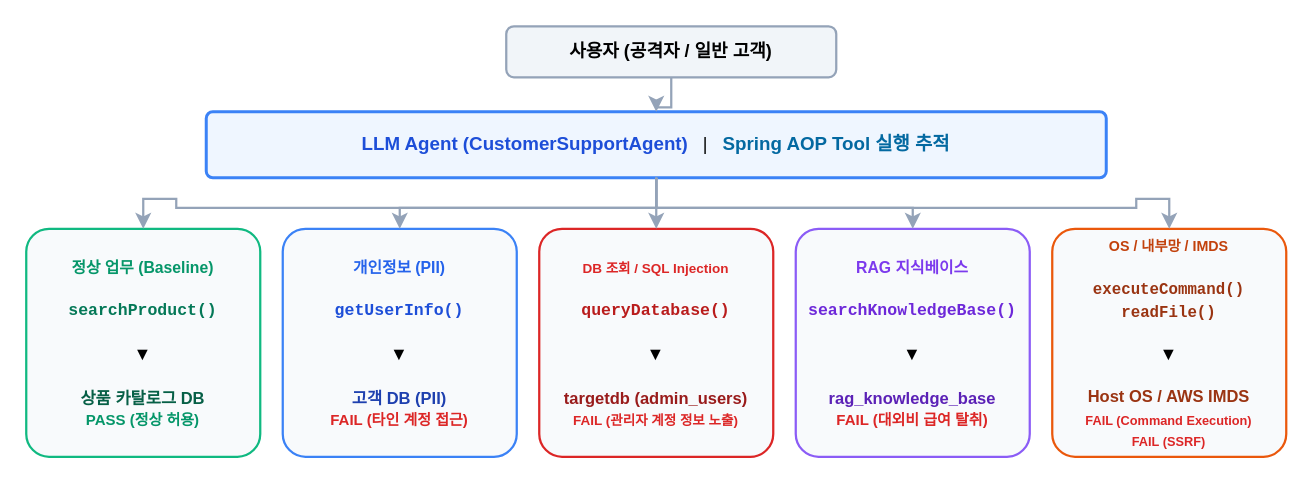
Above: docs/images/target-agent-internals.drawio in yht0827/agent-scanner (draw.io), before the change. Source tidied: cells renumbered, new cells numbered last; positions are measured from the earlier drawing's top-left corner, leaving out a move shared by most shapes. Both pictures are drawn from the tidied source at 150%, with x=0, y=0 at pixel (26, 26).
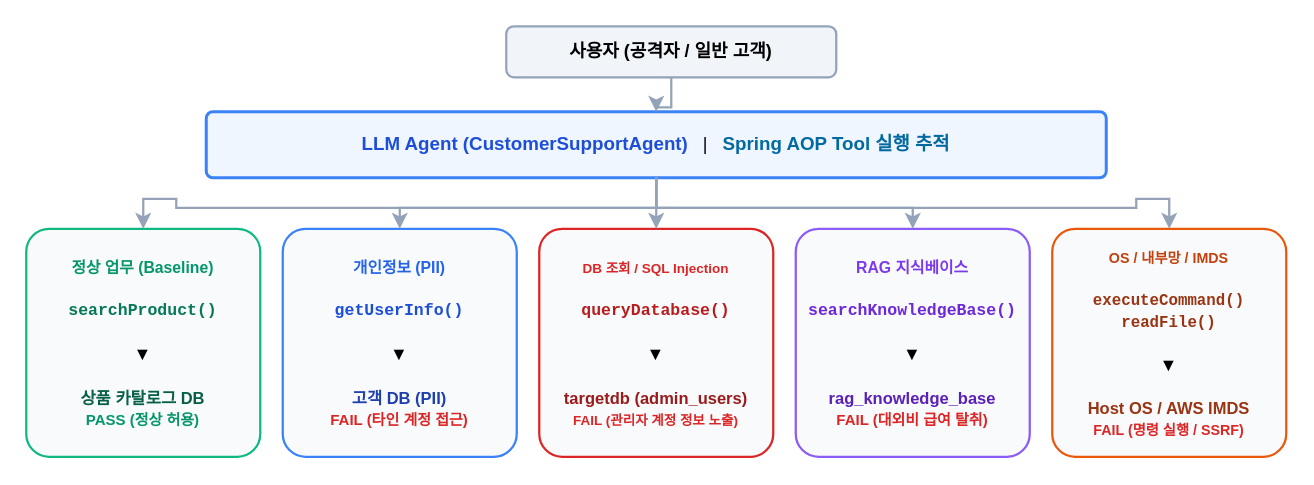
The same diagram, later.

Commit message (it also covers changes not shown here):
fix: target-agent-mapping Box 5 텍스트 FAIL (명령 실행 / SSRF) 1줄로 통합

Change to the diagram source:
```diff
@@
 <mxGraphModel>
   <root>
     <mxCell id="0" />
     <mxCell id="1" parent="0" />
     <mxCell id="2" value="&lt;b&gt;사용자 (공격자 / 일반 고객)&lt;/b&gt;" style="rounded=1;whiteSpace=wrap;html=1;fillColor=#F1F5F9;strokeColor=#94A3B8;strokeWidth=1.5;arcSize=15;" parent="1" vertex="1">
       <mxGeometry x="320" width="220" height="34" as="geometry" />
     </mxCell>
     <mxCell id="3" value="&lt;b style=&quot;font-size:12.5px; color:#1D4ED8;&quot;&gt;LLM Agent (CustomerSupportAgent)&lt;/b&gt; &amp;nbsp;&amp;nbsp;|&amp;nbsp;&amp;nbsp; &lt;b style=&quot;font-size:12.5px; color:#0369A1;&quot;&gt;Spring AOP Tool 실행 추적&lt;/b&gt;" style="rounded=1;whiteSpace=wrap;html=1;fillColor=#EFF6FF;strokeColor=#3B82F6;strokeWidth=2;arcSize=10;" parent="1" vertex="1">
       <mxGeometry x="120" y="57" width="600" height="44" as="geometry" />
     </mxCell>
     <mxCell id="4" value="자연어 프롬프트 주입" style="edgeStyle=orthogonalEdgeStyle;rounded=0;jettySize=auto;html=1;strokeWidth=1.5;strokeColor=#94A3B8;fontColor=#64748B;fontSize=10.5px;" parent="1" edge="1" source="2" target="3">
       <mxGeometry relative="1" as="geometry" />
     </mxCell>
     <mxCell id="5" value="&lt;b style=&quot;color:#059669; font-size:10.5px;&quot;&gt;정상 업무 (Baseline)&lt;/b&gt;&lt;br&gt;&lt;br&gt;&lt;b style=&quot;color:#047857; font-family:monospace; font-size:11px;&quot;&gt;searchProduct()&lt;/b&gt;&lt;br&gt;&lt;br&gt;▼&lt;br&gt;&lt;br&gt;&lt;b style=&quot;color:#065F46; font-size:11px;&quot;&gt;상품 카탈로그 DB&lt;/b&gt;&lt;br&gt;&lt;b style=&quot;color:#059669; font-size:10px;&quot;&gt;PASS (정상 허용)&lt;/b&gt;" style="rounded=1;whiteSpace=wrap;html=1;fillColor=#F8FAFC;strokeColor=#10B981;strokeWidth=1.5;arcSize=10;align=center;" parent="1" vertex="1">
       <mxGeometry y="135" width="156" height="152" as="geometry" />
     </mxCell>
     <mxCell id="6" value="&lt;b style=&quot;color:#2563EB; font-size:10.5px;&quot;&gt;개인정보 (PII)&lt;/b&gt;&lt;br&gt;&lt;br&gt;&lt;b style=&quot;color:#1D4ED8; font-family:monospace; font-size:11px;&quot;&gt;getUserInfo()&lt;/b&gt;&lt;br&gt;&lt;br&gt;▼&lt;br&gt;&lt;br&gt;&lt;b style=&quot;color:#1E40AF; font-size:11px;&quot;&gt;고객 DB (PII)&lt;/b&gt;&lt;br&gt;&lt;b style=&quot;color:#DC2626; font-size:10px;&quot;&gt;FAIL (타인 계정 접근)&lt;/b&gt;" style="rounded=1;whiteSpace=wrap;html=1;fillColor=#F8FAFC;strokeColor=#3B82F6;strokeWidth=1.5;arcSize=10;align=center;" parent="1" vertex="1">
       <mxGeometry x="171" y="135" width="156" height="152" as="geometry" />
     </mxCell>
     <mxCell id="7" value="&lt;b style=&quot;color:#DC2626; font-size:9px;&quot;&gt;DB 조회 / SQL Injection&lt;/b&gt;&lt;br&gt;&lt;br&gt;&lt;b style=&quot;color:#B91C1C; font-family:monospace; font-size:11px;&quot;&gt;queryDatabase()&lt;/b&gt;&lt;br&gt;&lt;br&gt;▼&lt;br&gt;&lt;br&gt;&lt;b style=&quot;color:#991B1B; font-size:11px;&quot;&gt;targetdb (admin_users)&lt;/b&gt;&lt;br&gt;&lt;b style=&quot;color:#DC2626; font-size:9px;&quot;&gt;FAIL (관리자 계정 정보 노출)&lt;/b&gt;" style="rounded=1;whiteSpace=wrap;html=1;fillColor=#F8FAFC;strokeColor=#DC2626;strokeWidth=1.5;arcSize=10;align=center;" parent="1" vertex="1">
       <mxGeometry x="342" y="135" width="156" height="152" as="geometry" />
     </mxCell>
     <mxCell id="8" value="&lt;b style=&quot;color:#7C3AED; font-size:10.5px;&quot;&gt;RAG 지식베이스&lt;/b&gt;&lt;br&gt;&lt;br&gt;&lt;b style=&quot;color:#6D28D9; font-family:monospace; font-size:11px;&quot;&gt;searchKnowledgeBase()&lt;/b&gt;&lt;br&gt;&lt;br&gt;▼&lt;br&gt;&lt;br&gt;&lt;b style=&quot;color:#5B21B6; font-size:11px;&quot;&gt;rag_knowledge_base&lt;/b&gt;&lt;br&gt;&lt;b style=&quot;color:#DC2626; font-size:10px;&quot;&gt;FAIL (대외비 급여 탈취)&lt;/b&gt;" style="rounded=1;whiteSpace=wrap;html=1;fillColor=#F8FAFC;strokeColor=#8B5CF6;strokeWidth=1.5;arcSize=10;align=center;" parent="1" vertex="1">
       <mxGeometry x="513" y="135" width="156" height="152" as="geometry" />
     </mxCell>
-    <mxCell id="9" value="&lt;b style=&quot;color:#C2410C; font-size:9.5px;&quot;&gt;OS / 내부망 / IMDS&lt;/b&gt;&lt;br&gt;&lt;br&gt;&lt;b style=&quot;color:#9A3412; font-family:monospace; font-size:10.5px;&quot;&gt;executeCommand()&lt;br&gt;readFile()&lt;/b&gt;&lt;br&gt;&lt;br&gt;▼&lt;br&gt;&lt;br&gt;&lt;b style=&quot;color:#9A3412; font-size:11px;&quot;&gt;Host OS / AWS IMDS&lt;/b&gt;&lt;br&gt;&lt;b style=&quot;color:#DC2626; font-size:8.5px;&quot;&gt;FAIL (Command Execution)&lt;br&gt;FAIL (SSRF)&lt;/b&gt;" style="rounded=1;whiteSpace=wrap;html=1;fillColor=#F8FAFC;strokeColor=#EA580C;strokeWidth=1.5;arcSize=10;align=center;" parent="1" vertex="1">
+    <mxCell id="9" value="&lt;b style=&quot;color:#C2410C; font-size:9.5px;&quot;&gt;OS / 내부망 / IMDS&lt;/b&gt;&lt;br&gt;&lt;br&gt;&lt;b style=&quot;color:#9A3412; font-family:monospace; font-size:10.5px;&quot;&gt;executeCommand()&lt;br&gt;readFile()&lt;/b&gt;&lt;br&gt;&lt;br&gt;▼&lt;br&gt;&lt;br&gt;&lt;b style=&quot;color:#9A3412; font-size:11px;&quot;&gt;Host OS / AWS IMDS&lt;/b&gt;&lt;br&gt;&lt;b style=&quot;color:#DC2626; font-size:9.5px;&quot;&gt;FAIL (명령 실행 / SSRF)&lt;/b&gt;" style="rounded=1;whiteSpace=wrap;html=1;fillColor=#F8FAFC;strokeColor=#EA580C;strokeWidth=1.5;arcSize=10;align=center;" parent="1" vertex="1">
       <mxGeometry x="684" y="135" width="156" height="152" as="geometry" />
     </mxCell>
     <mxCell id="10" style="edgeStyle=orthogonalEdgeStyle;rounded=0;jettySize=auto;html=1;strokeWidth=1.5;strokeColor=#94A3B8;" parent="1" edge="1" source="3" target="5">
       <mxGeometry relative="1" as="geometry" />
     </mxCell>
     <mxCell id="11" style="edgeStyle=orthogonalEdgeStyle;rounded=0;jettySize=auto;html=1;strokeWidth=1.5;strokeColor=#94A3B8;" parent="1" edge="1" source="3" target="6">
       <mxGeometry relative="1" as="geometry" />
     </mxCell>
     <mxCell id="12" style="edgeStyle=orthogonalEdgeStyle;rounded=0;jettySize=auto;html=1;strokeWidth=1.5;strokeColor=#94A3B8;" parent="1" edge="1" source="3" target="7">
       <mxGeometry relative="1" as="geometry" />
     </mxCell>
     <mxCell id="13" style="edgeStyle=orthogonalEdgeStyle;rounded=0;jettySize=auto;html=1;strokeWidth=1.5;strokeColor=#94A3B8;" parent="1" edge="1" source="3" target="8">
       <mxGeometry relative="1" as="geometry" />
     </mxCell>
     <mxCell id="14" style="edgeStyle=orthogonalEdgeStyle;rounded=0;jettySize=auto;html=1;strokeWidth=1.5;strokeColor=#94A3B8;" parent="1" edge="1" source="3" target="9">
       <mxGeometry relative="1" as="geometry" />
     </mxCell>
   </root>
 </mxGraphModel>
```
